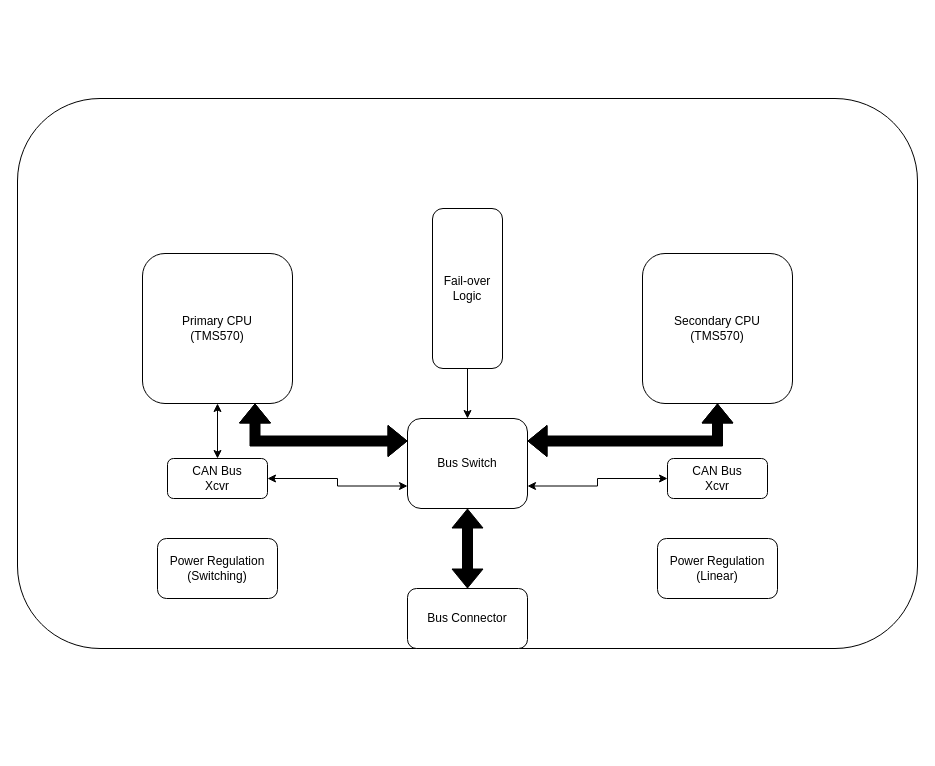
Earlier version of the draw.io diagram rt-ihu-block-diagram.drawio (zmetzing/rt-ihu). Source tidied: cells renumbered, new cells numbered last; positions are measured from the earlier drawing's top-left corner, leaving out a move shared by most shapes. Both pictures are drawn from the tidied source at 100%, with x=0, y=0 at pixel (17, 98).
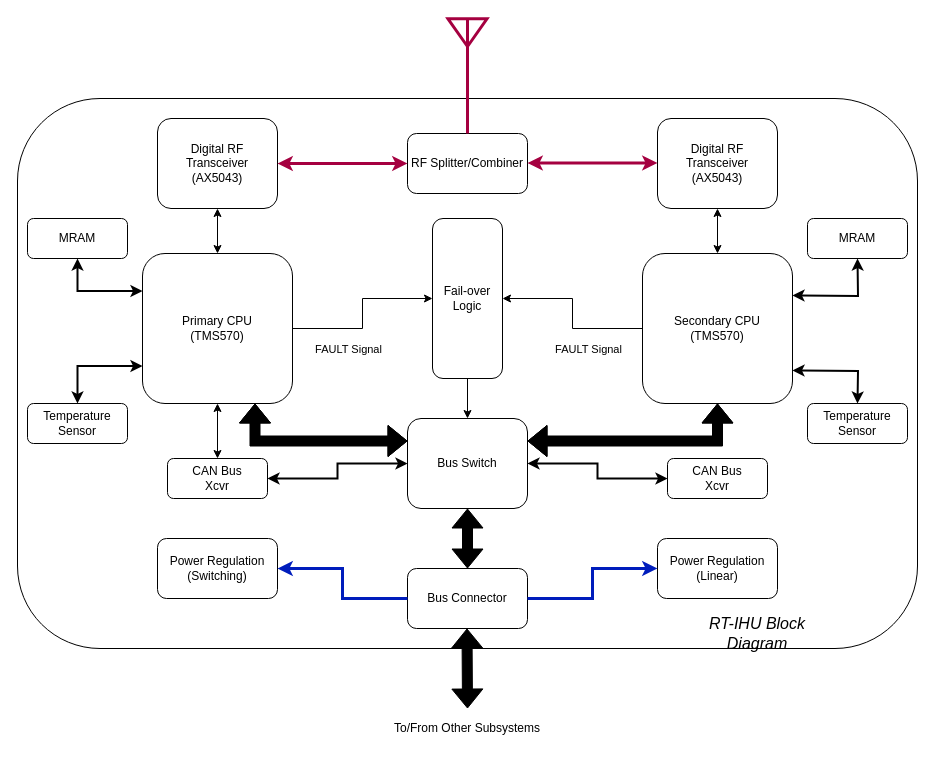
The same page after the edit.

Unchanged cells that the change refers to:
```xml
<mxCell id="4" value="&lt;div&gt;Power Regulation&lt;/div&gt;&lt;div&gt;(Switching)&lt;/div&gt;" style="rounded=1;whiteSpace=wrap;html=1;" parent="1" vertex="1">
  <mxGeometry x="140" y="440" width="120" height="60" as="geometry" />
</mxCell>
<mxCell id="5" value="&lt;div&gt;Power Regulation&lt;/div&gt;&lt;div&gt;(Linear)&lt;/div&gt;" style="rounded=1;whiteSpace=wrap;html=1;" parent="1" vertex="1">
  <mxGeometry x="640" y="440" width="120" height="60" as="geometry" />
</mxCell>
<mxCell id="9" value="Bus Switch" style="rounded=1;whiteSpace=wrap;html=1;" parent="1" vertex="1">
  <mxGeometry x="390" y="320" width="120" height="90" as="geometry" />
</mxCell>
<mxCell id="11" value="&lt;div&gt;Primary CPU&lt;/div&gt;&lt;div&gt;(TMS570)&lt;br&gt;&lt;/div&gt;" style="rounded=1;whiteSpace=wrap;html=1;" parent="1" vertex="1">
  <mxGeometry x="125" y="155" width="150" height="150" as="geometry" />
</mxCell>
<mxCell id="12" value="&lt;div&gt;Secondary CPU&lt;/div&gt;&lt;div&gt;(TMS570)&lt;br&gt;&lt;/div&gt;" style="rounded=1;whiteSpace=wrap;html=1;" parent="1" vertex="1">
  <mxGeometry x="625" y="155" width="150" height="150" as="geometry" />
</mxCell>
<mxCell id="14" value="&lt;div&gt;CAN Bus&lt;/div&gt;&lt;div&gt;Xcvr&lt;br&gt;&lt;/div&gt;" style="rounded=1;whiteSpace=wrap;html=1;" parent="1" vertex="1">
  <mxGeometry x="150" y="360" width="100" height="40" as="geometry" />
</mxCell>
<mxCell id="17" value="&lt;div&gt;CAN Bus&lt;/div&gt;&lt;div&gt;Xcvr&lt;br&gt;&lt;/div&gt;" style="rounded=1;whiteSpace=wrap;html=1;" parent="1" vertex="1">
  <mxGeometry x="650" y="360" width="100" height="40" as="geometry" />
</mxCell>
```

The edit, as a diff of the source:
```diff
@@
-    <mxCell id="2" style="rounded=1;whiteSpace=wrap;html=1;" parent="1" vertex="1">
+    <mxCell id="2" style="rounded=1;whiteSpace=wrap;html=1;labelPosition=center;verticalLabelPosition=bottom;align=center;verticalAlign=top;fontSize=12;" parent="1" vertex="1">
       <mxGeometry width="900" height="550" as="geometry" />
     </mxCell>
     <mxCell id="3" value="&lt;div&gt;Bus Connector&lt;/div&gt;" style="rounded=1;whiteSpace=wrap;html=1;" parent="1" vertex="1">
-      <mxGeometry x="390" y="490" width="120" height="60" as="geometry" />
+      <mxGeometry x="390" y="470" width="120" height="60" as="geometry" />
     </mxCell>
@@
     <mxCell id="7" value="Fail-over Logic" style="rounded=1;whiteSpace=wrap;html=1;" parent="1" vertex="1">
-      <mxGeometry x="415" y="110" width="70" height="160" as="geometry" />
+      <mxGeometry x="415" y="120" width="70" height="160" as="geometry" />
     </mxCell>
@@
-    <mxCell id="16" style="endArrow=classic;startArrow=classic;html=1;rounded=0;exitX=1;exitY=0.5;exitDx=0;exitDy=0;entryX=0;entryY=0.75;entryDx=0;entryDy=0;edgeStyle=orthogonalEdgeStyle;" parent="1" edge="1" source="14" target="9">
+    <mxCell id="16" style="endArrow=classic;startArrow=classic;html=1;rounded=0;exitX=1;exitY=0.5;exitDx=0;exitDy=0;entryX=0;entryY=0.5;entryDx=0;entryDy=0;edgeStyle=orthogonalEdgeStyle;strokeWidth=2;" parent="1" edge="1" source="14" target="9">
       <mxGeometry relative="1" as="geometry" />
     </mxCell>
@@
-    <mxCell id="18" style="endArrow=classic;startArrow=classic;html=1;rounded=0;exitX=1;exitY=0.75;exitDx=0;exitDy=0;entryX=0;entryY=0.5;entryDx=0;entryDy=0;edgeStyle=orthogonalEdgeStyle;" parent="1" edge="1" source="9" target="17">
+    <mxCell id="18" style="endArrow=classic;startArrow=classic;html=1;rounded=0;exitX=1;exitY=0.5;exitDx=0;exitDy=0;entryX=0;entryY=0.5;entryDx=0;entryDy=0;edgeStyle=orthogonalEdgeStyle;strokeWidth=2;" parent="1" edge="1" source="9" target="17">
       <mxGeometry relative="1" as="geometry" />
     </mxCell>
@@
+    <mxCell id="20" style="endArrow=classic;html=1;rounded=0;exitX=1;exitY=0.5;exitDx=0;exitDy=0;edgeStyle=orthogonalEdgeStyle;entryX=0;entryY=0.5;entryDx=0;entryDy=0;" parent="1" edge="1" source="11" target="7">
+      <mxGeometry relative="1" as="geometry" />
+    </mxCell>
+    <mxCell id="21" value="FAULT Signal" style="edgeLabel;html=1;align=center;verticalAlign=middle;" parent="20" vertex="1">
+      <mxGeometry x="-0.42" y="-3" relative="1" as="geometry">
+        <mxPoint x="6" y="17" as="offset" />
+      </mxGeometry>
+    </mxCell>
+    <mxCell id="22" style="endArrow=classic;html=1;rounded=0;entryX=1;entryY=0.5;entryDx=0;entryDy=0;exitX=0;exitY=0.5;exitDx=0;exitDy=0;edgeStyle=orthogonalEdgeStyle;" parent="1" edge="1" source="12" target="7">
+      <mxGeometry relative="1" as="geometry" />
+    </mxCell>
+    <mxCell id="23" value="FAULT Signal" style="edgeLabel;html=1;align=center;verticalAlign=middle;" parent="22" vertex="1">
+      <mxGeometry x="-0.35" y="3" relative="1" as="geometry">
+        <mxPoint y="17" as="offset" />
+      </mxGeometry>
+    </mxCell>
+    <mxCell id="24" value="&lt;div&gt;Digital RF Transceiver&lt;/div&gt;&lt;div&gt;(AX5043)&lt;br&gt;&lt;/div&gt;" style="rounded=1;whiteSpace=wrap;html=1;" parent="1" vertex="1">
+      <mxGeometry x="140" y="20" width="120" height="90" as="geometry" />
+    </mxCell>
+    <mxCell id="25" value="&lt;div&gt;Digital RF Transceiver&lt;/div&gt;&lt;div&gt;(AX5043)&lt;br&gt;&lt;/div&gt;" style="rounded=1;whiteSpace=wrap;html=1;" parent="1" vertex="1">
+      <mxGeometry x="640" y="20" width="120" height="90" as="geometry" />
+    </mxCell>
+    <mxCell id="26" style="endArrow=classic;startArrow=classic;html=1;rounded=0;entryX=0.5;entryY=1;entryDx=0;entryDy=0;exitX=0.5;exitY=0;exitDx=0;exitDy=0;" parent="1" edge="1" source="11" target="24">
+      <mxGeometry relative="1" as="geometry" />
+    </mxCell>
+    <mxCell id="27" style="endArrow=classic;startArrow=classic;html=1;rounded=0;entryX=0.5;entryY=1;entryDx=0;entryDy=0;exitX=0.5;exitY=0;exitDx=0;exitDy=0;" parent="1" edge="1" source="12" target="25">
+      <mxGeometry relative="1" as="geometry" />
+    </mxCell>
+    <mxCell id="28" value="&lt;div&gt;RF Splitter/Combiner&lt;/div&gt;" style="rounded=1;whiteSpace=wrap;html=1;" parent="1" vertex="1">
+      <mxGeometry x="390" y="35" width="120" height="60" as="geometry" />
+    </mxCell>
+    <mxCell id="29" style="endArrow=classic;startArrow=classic;html=1;rounded=0;strokeWidth=3;exitX=1;exitY=0.5;exitDx=0;exitDy=0;entryX=0;entryY=0.5;entryDx=0;entryDy=0;fillColor=#d80073;strokeColor=#A50040;" parent="1" edge="1" source="24" target="28">
+      <mxGeometry relative="1" as="geometry" />
+    </mxCell>
+    <mxCell id="30" style="endArrow=classic;startArrow=classic;html=1;rounded=0;strokeWidth=3;exitX=1;exitY=0.5;exitDx=0;exitDy=0;entryX=0;entryY=0.5;entryDx=0;entryDy=0;fillColor=#d80073;strokeColor=#A50040;" parent="1" edge="1">
+      <mxGeometry relative="1" as="geometry">
+        <mxPoint x="510" y="64.5" as="sourcePoint" />
+        <mxPoint x="640" y="64.5" as="targetPoint" />
+      </mxGeometry>
+    </mxCell>
+    <mxCell id="31" value="MRAM" style="rounded=1;whiteSpace=wrap;html=1;" parent="1" vertex="1">
+      <mxGeometry x="10" y="120" width="100" height="40" as="geometry" />
+    </mxCell>
+    <mxCell id="32" value="Temperature Sensor" style="rounded=1;whiteSpace=wrap;html=1;" parent="1" vertex="1">
+      <mxGeometry x="10" y="305" width="100" height="40" as="geometry" />
+    </mxCell>
+    <mxCell id="33" value="MRAM" style="rounded=1;whiteSpace=wrap;html=1;" parent="1" vertex="1">
+      <mxGeometry x="790" y="120" width="100" height="40" as="geometry" />
+    </mxCell>
+    <mxCell id="34" value="Temperature Sensor" style="rounded=1;whiteSpace=wrap;html=1;" parent="1" vertex="1">
+      <mxGeometry x="790" y="305" width="100" height="40" as="geometry" />
+    </mxCell>
+    <mxCell id="35" style="endArrow=classic;startArrow=classic;html=1;rounded=0;exitX=0.5;exitY=1;exitDx=0;exitDy=0;entryX=0;entryY=0.25;entryDx=0;entryDy=0;edgeStyle=orthogonalEdgeStyle;strokeWidth=2;" parent="1" edge="1" source="31" target="11">
+      <mxGeometry relative="1" as="geometry" />
+    </mxCell>
+    <mxCell id="36" style="endArrow=classic;startArrow=classic;html=1;rounded=0;exitX=0.5;exitY=0;exitDx=0;exitDy=0;entryX=0;entryY=0.75;entryDx=0;entryDy=0;edgeStyle=orthogonalEdgeStyle;strokeWidth=2;" parent="1" edge="1" source="32" target="11">
+      <mxGeometry relative="1" as="geometry" />
+    </mxCell>
+    <mxCell id="37" style="endArrow=classic;startArrow=classic;html=1;rounded=0;exitX=0.5;exitY=1;exitDx=0;exitDy=0;entryX=0;entryY=0.25;entryDx=0;entryDy=0;edgeStyle=orthogonalEdgeStyle;strokeWidth=2;" parent="1" edge="1">
+      <mxGeometry relative="1" as="geometry">
+        <mxPoint x="775" y="272" as="sourcePoint" />
+        <mxPoint x="840" y="305" as="targetPoint" />
+      </mxGeometry>
+    </mxCell>
+    <mxCell id="38" style="endArrow=classic;startArrow=classic;html=1;rounded=0;exitX=0.5;exitY=0;exitDx=0;exitDy=0;entryX=0;entryY=0.75;entryDx=0;entryDy=0;edgeStyle=orthogonalEdgeStyle;strokeWidth=2;" parent="1" edge="1">
+      <mxGeometry relative="1" as="geometry">
+        <mxPoint x="775" y="197" as="sourcePoint" />
+        <mxPoint x="840" y="160" as="targetPoint" />
+      </mxGeometry>
+    </mxCell>
+    <mxCell id="39" style="endArrow=classic;html=1;rounded=0;exitX=0;exitY=0.5;exitDx=0;exitDy=0;entryX=1;entryY=0.5;entryDx=0;entryDy=0;edgeStyle=orthogonalEdgeStyle;fillColor=#0050ef;strokeColor=#001DBC;strokeWidth=3;" parent="1" edge="1" source="3" target="4">
+      <mxGeometry relative="1" as="geometry" />
+    </mxCell>
+    <mxCell id="40" style="endArrow=classic;html=1;rounded=0;exitX=1;exitY=0.5;exitDx=0;exitDy=0;entryX=0;entryY=0.5;entryDx=0;entryDy=0;edgeStyle=orthogonalEdgeStyle;fillColor=#0050ef;strokeColor=#001DBC;strokeWidth=3;" parent="1" edge="1" source="3" target="5">
+      <mxGeometry relative="1" as="geometry" />
+    </mxCell>
+    <mxCell id="41" value="RT-IHU Block Diagram" style="text;html=1;align=center;verticalAlign=middle;whiteSpace=wrap;rounded=0;fontSize=16;fontStyle=2;" parent="1" vertex="1">
+      <mxGeometry x="660" y="520" width="160" height="30" as="geometry" />
+    </mxCell>
+    <mxCell id="42" style="shape=flexArrow;endArrow=classic;startArrow=classic;html=1;rounded=0;entryX=0.5;entryY=1;entryDx=0;entryDy=0;fillColor=#000000;" parent="1" edge="1">
+      <mxGeometry x="-1" y="22" relative="1" as="geometry">
+        <mxPoint x="450" y="610" as="sourcePoint" />
+        <mxPoint x="449.5" y="530" as="targetPoint" />
+        <mxPoint x="12" y="20" as="offset" />
+      </mxGeometry>
+    </mxCell>
+    <mxCell id="43" value="To/From Other Subsystems" style="text;html=1;align=center;verticalAlign=middle;whiteSpace=wrap;rounded=0;" parent="1" vertex="1">
+      <mxGeometry x="345" y="610" width="210" height="40" as="geometry" />
+    </mxCell>
+    <mxCell id="44" style="verticalLabelPosition=bottom;shadow=0;dashed=0;align=center;html=1;verticalAlign=top;shape=mxgraph.electrical.radio.aerial_-_antenna_2;fillColor=none;fontColor=#ffffff;strokeColor=#A50040;strokeWidth=3;" parent="1" vertex="1">
+      <mxGeometry x="430.5" y="-80" width="39" height="70" as="geometry" />
+    </mxCell>
+    <mxCell id="45" style="endArrow=none;html=1;rounded=0;entryX=0.5;entryY=0.843;entryDx=0;entryDy=0;entryPerimeter=0;exitX=0.5;exitY=0;exitDx=0;exitDy=0;fillColor=#d80073;strokeColor=#A50040;strokeWidth=3;" parent="1" edge="1" source="28" target="44">
+      <mxGeometry relative="1" as="geometry" />
+    </mxCell>
```
